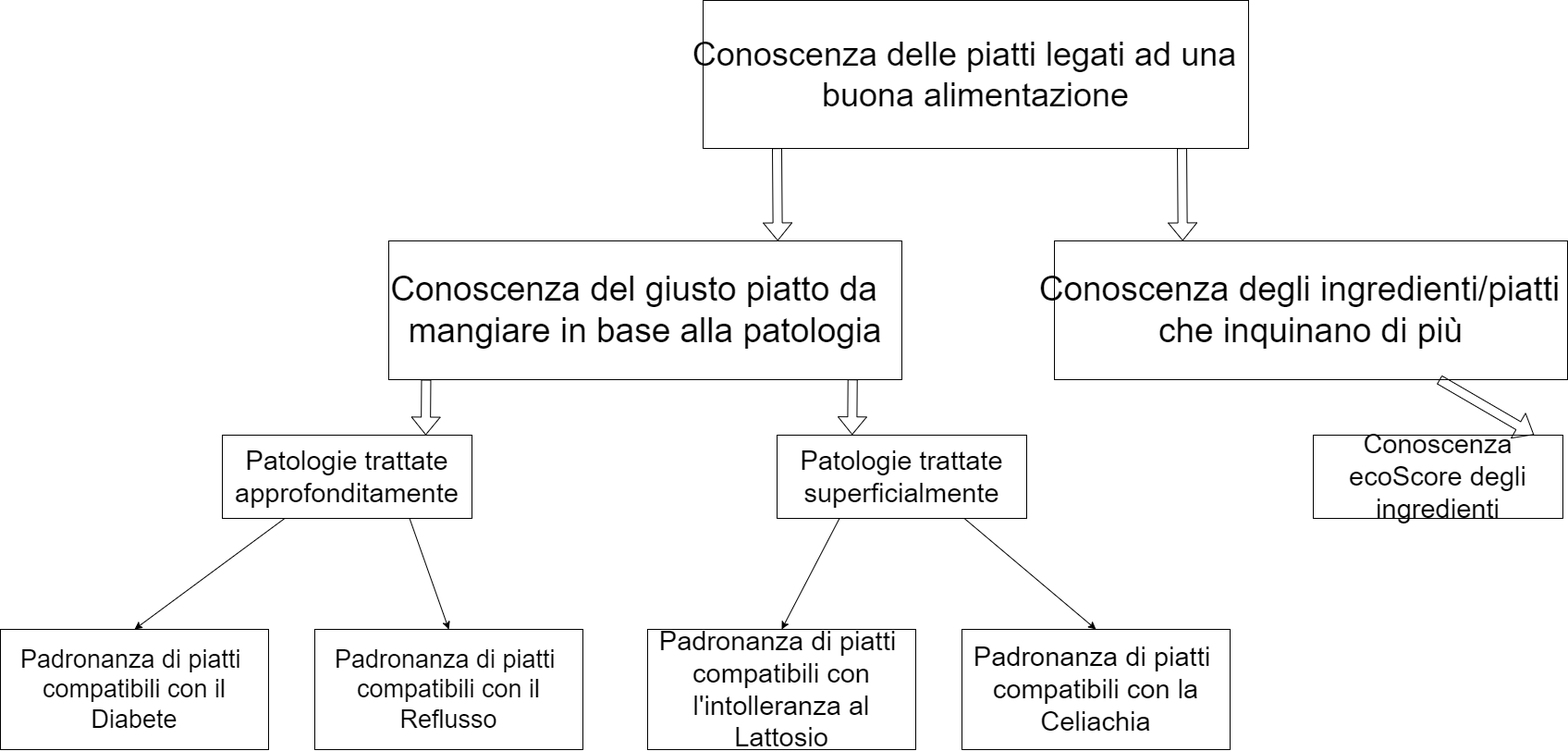
Before: doc/Progetti Drawio/A diagramma competenze acquisite.drawio.png, a diagram exported from draw.io (zSavT/Healthy-Catering). Source tidied: cells renumbered, new cells last; positions are measured from the earlier drawing's top-left corner, leaving out a move shared by most shapes. Source of this version:
```xml
<mxGraphModel>
  <root>
    <mxCell id="0" />
    <mxCell id="1" parent="0" />
    <mxCell id="2" value="&lt;p class=&quot;MsoListParagraph&quot; style=&quot;text-indent: -18pt; font-size: 36px;&quot;&gt;&lt;font style=&quot;font-size: 36px;&quot;&gt;Conoscenza delle piatti legati ad una buona alimentazione&lt;/font&gt;&lt;/p&gt;" style="rounded=0;whiteSpace=wrap;html=1;" parent="1" vertex="1">
      <mxGeometry x="760" width="590" height="160" as="geometry" />
    </mxCell>
    <mxCell id="3" value="&lt;p class=&quot;MsoListParagraph&quot; style=&quot;text-indent: -18.0pt&quot;&gt;&lt;font style=&quot;font-size: 37px&quot;&gt;Conoscenza del giusto piatto da mangiare in base alla patologia&lt;/font&gt;&lt;/p&gt;" style="rounded=0;whiteSpace=wrap;html=1;" parent="1" vertex="1">
      <mxGeometry x="420" y="260" width="555" height="150" as="geometry" />
    </mxCell>
    <mxCell id="4" value="&lt;p class=&quot;MsoListParagraph&quot; style=&quot;text-indent: -18pt; font-size: 37px;&quot;&gt;&lt;font style=&quot;font-size: 37px;&quot;&gt;Conoscenza degli ingredienti/piatti che inquinano di più&lt;/font&gt;&lt;/p&gt;" style="rounded=0;whiteSpace=wrap;html=1;" parent="1" vertex="1">
      <mxGeometry x="1140" y="260" width="555" height="150" as="geometry" />
    </mxCell>
    <mxCell id="5" style="shape=flexArrow;endArrow=classic;html=1;rounded=0;fontSize=39;entryX=0.25;entryY=0;entryDx=0;entryDy=0;exitX=0.878;exitY=0.998;exitDx=0;exitDy=0;exitPerimeter=0;" parent="1" edge="1" source="2" target="4">
      <mxGeometry relative="1" as="geometry" />
    </mxCell>
    <mxCell id="6" value="&lt;font style=&quot;font-size: 27px;&quot;&gt;Padronanza di piatti&amp;nbsp; compatibili con il Diabete&lt;/font&gt;" style="rounded=0;whiteSpace=wrap;html=1;" parent="1" vertex="1">
      <mxGeometry y="680" width="290" height="130" as="geometry" />
    </mxCell>
    <mxCell id="7" value="&lt;font style=&quot;font-size: 27px;&quot;&gt;Padronanza di piatti&amp;nbsp; compatibili con il Reflusso&lt;/font&gt;" style="rounded=0;whiteSpace=wrap;html=1;" parent="1" vertex="1">
      <mxGeometry x="340" y="680" width="290" height="130" as="geometry" />
    </mxCell>
    <mxCell id="8" value="&lt;font style=&quot;font-size: 29px;&quot;&gt;Padronanza di piatti&amp;nbsp; compatibili con la Celiachia&lt;/font&gt;" style="rounded=0;whiteSpace=wrap;html=1;" parent="1" vertex="1">
      <mxGeometry x="1040" y="680" width="290" height="130" as="geometry" />
    </mxCell>
    <mxCell id="9" value="&lt;font style=&quot;font-size: 29px;&quot;&gt;Padronanza di piatti&amp;nbsp; compatibili con l'intolleranza al Lattosio&lt;/font&gt;" style="rounded=0;whiteSpace=wrap;html=1;" parent="1" vertex="1">
      <mxGeometry x="700" y="680" width="290" height="130" as="geometry" />
    </mxCell>
    <mxCell id="10" value="Patologie trattate approfonditamente" style="rounded=0;whiteSpace=wrap;html=1;fontSize=29;" parent="1" vertex="1">
      <mxGeometry x="240" y="470" width="270" height="90" as="geometry" />
    </mxCell>
    <mxCell id="11" value="Patologie trattate superficialmente" style="rounded=0;whiteSpace=wrap;html=1;fontSize=29;" parent="1" vertex="1">
      <mxGeometry x="840" y="470" width="270" height="90" as="geometry" />
    </mxCell>
    <mxCell id="12" style="shape=flexArrow;endArrow=classic;html=1;rounded=0;fontSize=39;entryX=0.25;entryY=0;entryDx=0;entryDy=0;exitX=0.878;exitY=0.998;exitDx=0;exitDy=0;exitPerimeter=0;" parent="1" edge="1">
      <mxGeometry relative="1" as="geometry">
        <mxPoint x="840" y="159.7" as="sourcePoint" />
        <mxPoint x="840.7" y="260" as="targetPoint" />
      </mxGeometry>
    </mxCell>
    <mxCell id="13" style="endArrow=classic;html=1;rounded=0;fontSize=37;exitX=0.75;exitY=1;exitDx=0;exitDy=0;entryX=0.5;entryY=0;entryDx=0;entryDy=0;" parent="1" edge="1" source="11" target="8">
      <mxGeometry relative="1" as="geometry" />
    </mxCell>
    <mxCell id="14" style="endArrow=classic;html=1;rounded=0;fontSize=37;exitX=0.25;exitY=1;exitDx=0;exitDy=0;entryX=0.5;entryY=0;entryDx=0;entryDy=0;" parent="1" edge="1" source="11" target="9">
      <mxGeometry relative="1" as="geometry" />
    </mxCell>
    <mxCell id="15" style="endArrow=classic;html=1;rounded=0;fontSize=37;exitX=0.25;exitY=1;exitDx=0;exitDy=0;entryX=0.5;entryY=0;entryDx=0;entryDy=0;" parent="1" edge="1" source="10" target="6">
      <mxGeometry relative="1" as="geometry" />
    </mxCell>
    <mxCell id="16" style="endArrow=classic;html=1;rounded=0;fontSize=37;exitX=0.75;exitY=1;exitDx=0;exitDy=0;entryX=0.5;entryY=0;entryDx=0;entryDy=0;" parent="1" edge="1" source="10" target="7">
      <mxGeometry relative="1" as="geometry" />
    </mxCell>
    <mxCell id="17" style="shape=flexArrow;endArrow=classic;html=1;rounded=0;fontSize=37;exitX=0.904;exitY=0.998;exitDx=0;exitDy=0;exitPerimeter=0;entryX=0.301;entryY=-0.003;entryDx=0;entryDy=0;entryPerimeter=0;" parent="1" edge="1" source="3" target="11">
      <mxGeometry relative="1" as="geometry" />
    </mxCell>
    <mxCell id="18" style="shape=flexArrow;endArrow=classic;html=1;rounded=0;fontSize=37;exitX=0.904;exitY=0.998;exitDx=0;exitDy=0;exitPerimeter=0;entryX=0.301;entryY=-0.003;entryDx=0;entryDy=0;entryPerimeter=0;" parent="1" edge="1">
      <mxGeometry relative="1" as="geometry">
        <mxPoint x="460.5" y="410" as="sourcePoint" />
        <mxPoint x="460" y="470" as="targetPoint" />
      </mxGeometry>
    </mxCell>
    <mxCell id="19" value="Conoscenza ecoScore degli ingredienti" style="rounded=0;whiteSpace=wrap;html=1;fontSize=29;" parent="1" vertex="1">
      <mxGeometry x="1420" y="470" width="270" height="90" as="geometry" />
    </mxCell>
    <mxCell id="20" style="shape=flexArrow;endArrow=classic;html=1;rounded=0;fontSize=37;exitX=0.75;exitY=1;exitDx=0;exitDy=0;entryX=0.884;entryY=-0.005;entryDx=0;entryDy=0;entryPerimeter=0;" parent="1" edge="1" source="4" target="19">
      <mxGeometry relative="1" as="geometry" />
    </mxCell>
  </root>
</mxGraphModel>
```
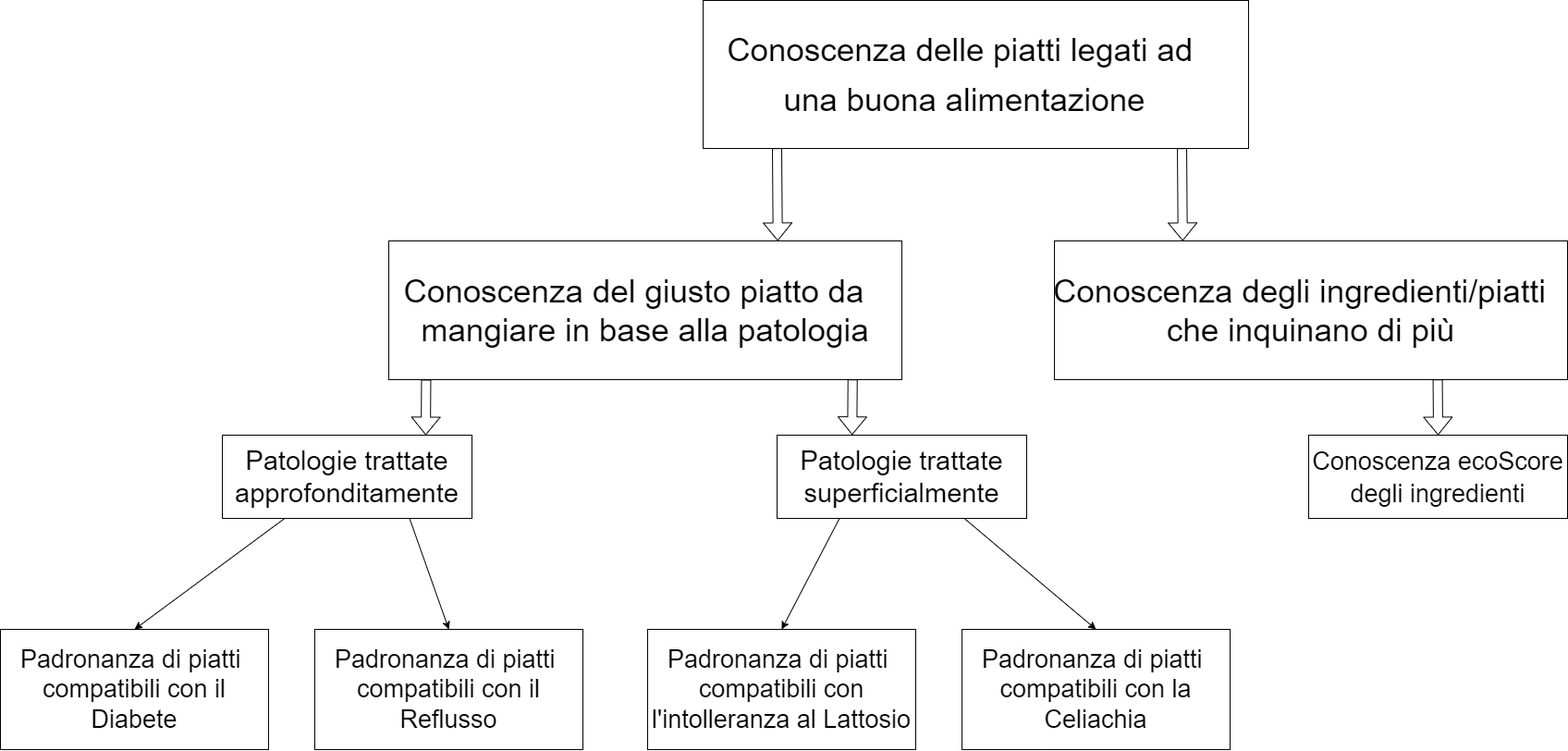
The same file after the commit.

The edit, as a diff of the source:
```diff
@@ -2,13 +2,13 @@
   <root>
     <mxCell id="0" />
     <mxCell id="1" parent="0" />
-    <mxCell id="2" value="&lt;p class=&quot;MsoListParagraph&quot; style=&quot;text-indent: -18pt; font-size: 36px;&quot;&gt;&lt;font style=&quot;font-size: 36px;&quot;&gt;Conoscenza delle piatti legati ad una buona alimentazione&lt;/font&gt;&lt;/p&gt;" style="rounded=0;whiteSpace=wrap;html=1;" parent="1" vertex="1">
+    <mxCell id="2" value="&lt;p class=&quot;MsoListParagraph&quot; style=&quot;text-indent: -18pt;&quot;&gt;&lt;font style=&quot;font-size: 35px;&quot;&gt;Conoscenza delle piatti legati ad&amp;nbsp;&lt;/font&gt;&lt;/p&gt;&lt;p class=&quot;MsoListParagraph&quot; style=&quot;text-indent: -18pt;&quot;&gt;&lt;font style=&quot;font-size: 35px;&quot;&gt;una buona alimentazione&lt;/font&gt;&lt;/p&gt;" style="rounded=0;whiteSpace=wrap;html=1;" parent="1" vertex="1">
       <mxGeometry x="760" width="590" height="160" as="geometry" />
     </mxCell>
-    <mxCell id="3" value="&lt;p class=&quot;MsoListParagraph&quot; style=&quot;text-indent: -18.0pt&quot;&gt;&lt;font style=&quot;font-size: 37px&quot;&gt;Conoscenza del giusto piatto da mangiare in base alla patologia&lt;/font&gt;&lt;/p&gt;" style="rounded=0;whiteSpace=wrap;html=1;" parent="1" vertex="1">
+    <mxCell id="3" value="&lt;p class=&quot;MsoListParagraph&quot; style=&quot;text-indent: -18.0pt&quot;&gt;&lt;font style=&quot;font-size: 35px;&quot;&gt;Conoscenza del giusto piatto da mangiare in base alla patologia&lt;/font&gt;&lt;/p&gt;" style="rounded=0;whiteSpace=wrap;html=1;" parent="1" vertex="1">
       <mxGeometry x="420" y="260" width="555" height="150" as="geometry" />
     </mxCell>
-    <mxCell id="4" value="&lt;p class=&quot;MsoListParagraph&quot; style=&quot;text-indent: -18pt; font-size: 37px;&quot;&gt;&lt;font style=&quot;font-size: 37px;&quot;&gt;Conoscenza degli ingredienti/piatti che inquinano di più&lt;/font&gt;&lt;/p&gt;" style="rounded=0;whiteSpace=wrap;html=1;" parent="1" vertex="1">
+    <mxCell id="4" value="&lt;p class=&quot;MsoListParagraph&quot; style=&quot;text-indent: -18pt;&quot;&gt;&lt;font style=&quot;font-size: 35px;&quot;&gt;Conoscenza degli ingredienti/piatti che inquinano di più&lt;/font&gt;&lt;/p&gt;" style="rounded=0;whiteSpace=wrap;html=1;" parent="1" vertex="1">
       <mxGeometry x="1140" y="260" width="555" height="150" as="geometry" />
     </mxCell>
     <mxCell id="5" style="shape=flexArrow;endArrow=classic;html=1;rounded=0;fontSize=39;entryX=0.25;entryY=0;entryDx=0;entryDy=0;exitX=0.878;exitY=0.998;exitDx=0;exitDy=0;exitPerimeter=0;" parent="1" edge="1" source="2" target="4">
@@ -20,10 +20,10 @@
     <mxCell id="7" value="&lt;font style=&quot;font-size: 27px;&quot;&gt;Padronanza di piatti&amp;nbsp; compatibili con il Reflusso&lt;/font&gt;" style="rounded=0;whiteSpace=wrap;html=1;" parent="1" vertex="1">
       <mxGeometry x="340" y="680" width="290" height="130" as="geometry" />
     </mxCell>
-    <mxCell id="8" value="&lt;font style=&quot;font-size: 29px;&quot;&gt;Padronanza di piatti&amp;nbsp; compatibili con la Celiachia&lt;/font&gt;" style="rounded=0;whiteSpace=wrap;html=1;" parent="1" vertex="1">
+    <mxCell id="8" value="&lt;font style=&quot;font-size: 27px;&quot;&gt;Padronanza di piatti&amp;nbsp; compatibili con la Celiachia&lt;/font&gt;" style="rounded=0;whiteSpace=wrap;html=1;" parent="1" vertex="1">
       <mxGeometry x="1040" y="680" width="290" height="130" as="geometry" />
     </mxCell>
-    <mxCell id="9" value="&lt;font style=&quot;font-size: 29px;&quot;&gt;Padronanza di piatti&amp;nbsp; compatibili con l'intolleranza al Lattosio&lt;/font&gt;" style="rounded=0;whiteSpace=wrap;html=1;" parent="1" vertex="1">
+    <mxCell id="9" value="&lt;font style=&quot;font-size: 27px;&quot;&gt;Padronanza di piatti&amp;nbsp; compatibili con l'intolleranza al Lattosio&lt;/font&gt;" style="rounded=0;whiteSpace=wrap;html=1;" parent="1" vertex="1">
       <mxGeometry x="700" y="680" width="290" height="130" as="geometry" />
     </mxCell>
     <mxCell id="10" value="Patologie trattate approfonditamente" style="rounded=0;whiteSpace=wrap;html=1;fontSize=29;" parent="1" vertex="1">
@@ -59,10 +59,10 @@
         <mxPoint x="460" y="470" as="targetPoint" />
       </mxGeometry>
     </mxCell>
-    <mxCell id="19" value="Conoscenza ecoScore degli ingredienti" style="rounded=0;whiteSpace=wrap;html=1;fontSize=29;" parent="1" vertex="1">
-      <mxGeometry x="1420" y="470" width="270" height="90" as="geometry" />
+    <mxCell id="19" value="&lt;font style=&quot;font-size: 27px;&quot;&gt;Conoscenza ecoScore degli ingredienti&lt;/font&gt;" style="rounded=0;whiteSpace=wrap;html=1;fontSize=29;" parent="1" vertex="1">
+      <mxGeometry x="1415" y="470" width="280" height="90" as="geometry" />
     </mxCell>
-    <mxCell id="20" style="shape=flexArrow;endArrow=classic;html=1;rounded=0;fontSize=37;exitX=0.75;exitY=1;exitDx=0;exitDy=0;entryX=0.884;entryY=-0.005;entryDx=0;entryDy=0;entryPerimeter=0;" parent="1" edge="1" source="4" target="19">
+    <mxCell id="20" style="shape=flexArrow;endArrow=classic;html=1;rounded=0;fontSize=37;exitX=0.747;exitY=0.998;exitDx=0;exitDy=0;entryX=0.5;entryY=0;entryDx=0;entryDy=0;exitPerimeter=0;" parent="1" edge="1" source="4" target="19">
       <mxGeometry relative="1" as="geometry" />
     </mxCell>
   </root>
```
